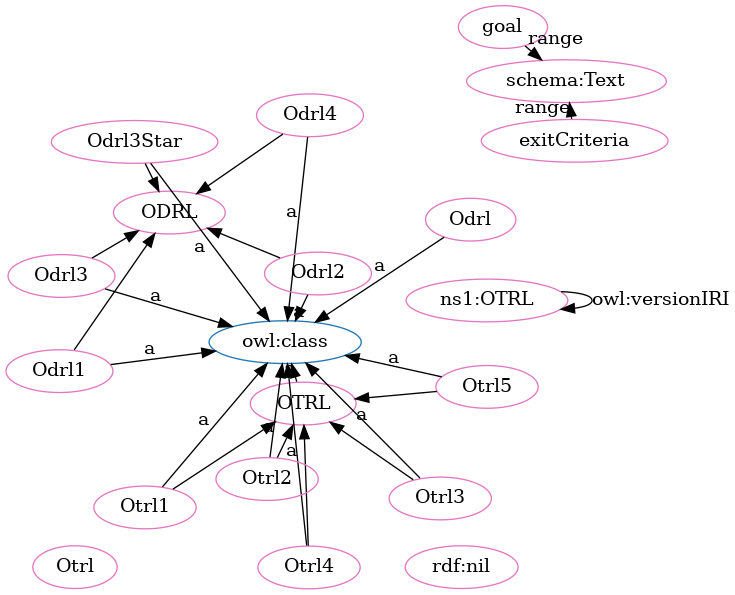
This is OTRL-clean.png from OPEN-NEXT/OKH-LOSH, a Graphviz export, as it was before one commit. Its source is kept beside it as OTRL-clean.dot.
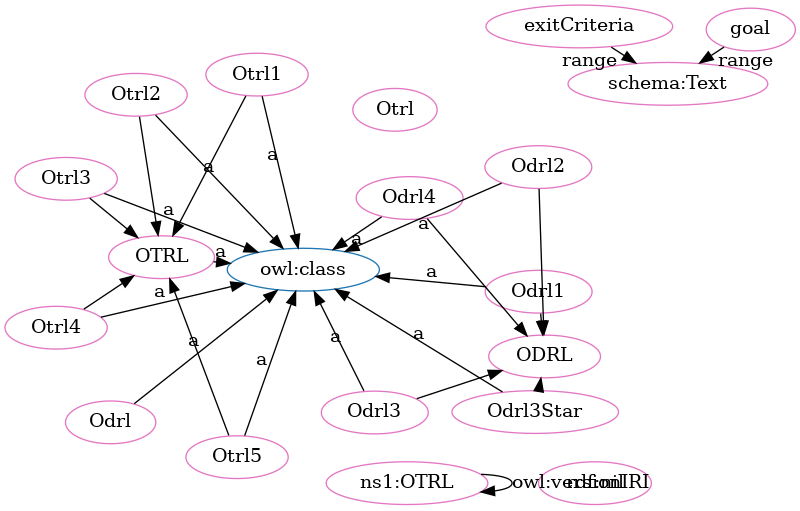
The same diagram one commit later.

What changed in the source:
```diff
@@ -4,48 +4,48 @@
 "http://www.w3.org/2002/07/owl#class" [fillcolor="#1f77b4" color="#1f77b4" label="owl:class"]
 "http://purl.org/oseg/ontologies/OTRL#ODRL" [fillcolor="#1f77b4" color="#1f77b4" label="ODRL"]
 "http://purl.org/oseg/ontologies/OTRL#OTRL" [fillcolor="#1f77b4" color="#1f77b4" label="OTRL"]
+"http://purl.org/oseg/ontologies/OTRL#Odrl" [fillcolor="#e377c2" color="#e377c2" label="Odrl"]
+"http://www.w3.org/1999/02/22-rdf-syntax-ns#nil" [fillcolor="#e377c2" color="#e377c2" label="rdf:nil"]
 "http://purl.org/oseg/ontologies/OTRL#ODRL" [fillcolor="#e377c2" color="#e377c2" label="ODRL"]
-"http://purl.org/oseg/ontologies/OTRL#Odrl3Star" [fillcolor="#e377c2" color="#e377c2" label="Odrl3Star"]
-"http://purl.org/oseg/ontologies/OTRL#Odrl" [fillcolor="#e377c2" color="#e377c2" label="Odrl"]
-"http://purl.org/oseg/ontologies/OTRL#Odrl3" [fillcolor="#e377c2" color="#e377c2" label="Odrl3"]
-"http://www.w3.org/1999/02/22-rdf-syntax-ns#nil" [fillcolor="#e377c2" color="#e377c2" label="rdf:nil"]
-"http://purl.org/oseg/ontologies/OTRL#Otrl4" [fillcolor="#e377c2" color="#e377c2" label="Otrl4"]
+"http://purl.org/oseg/ontologies/OTRL#Odrl1" [fillcolor="#e377c2" color="#e377c2" label="Odrl1"]
+"http://purl.org/oseg/ontologies/OTRL#Otrl3" [fillcolor="#e377c2" color="#e377c2" label="Otrl3"]
+"http://purl.org/oseg/ontologies/OTRL#OTRL" [fillcolor="#e377c2" color="#e377c2" label="OTRL"]
+"http://purl.org/oseg/ontologies/OTRL#exitCriteria" [fillcolor="#e377c2" color="#e377c2" label="exitCriteria"]
 "http://purl.org/oseg/ontologies/OTRL#Odrl4" [fillcolor="#e377c2" color="#e377c2" label="Odrl4"]
-"http://purl.org/oseg/ontologies/OTRL#Odrl1" [fillcolor="#e377c2" color="#e377c2" label="Odrl1"]
-"http://purl.org/oseg/ontologies/OTRL" [fillcolor="#e377c2" color="#e377c2" label="ns1:OTRL"]
-"http://purl.org/oseg/ontologies/OTRL#Otrl" [fillcolor="#e377c2" color="#e377c2" label="Otrl"]
-"http://purl.org/oseg/ontologies/OTRL#OTRL" [fillcolor="#e377c2" color="#e377c2" label="OTRL"]
 "http://purl.org/oseg/ontologies/OTRL#goal" [fillcolor="#e377c2" color="#e377c2" label="goal"]
 "http://schema.org/Text" [fillcolor="#e377c2" color="#e377c2" label="schema:Text"]
-"http://purl.org/oseg/ontologies/OTRL#exitCriteria" [fillcolor="#e377c2" color="#e377c2" label="exitCriteria"]
+"http://purl.org/oseg/ontologies/OTRL#Odrl3Star" [fillcolor="#e377c2" color="#e377c2" label="Odrl3Star"]
+"http://purl.org/oseg/ontologies/OTRL#Odrl3" [fillcolor="#e377c2" color="#e377c2" label="Odrl3"]
+"http://purl.org/oseg/ontologies/OTRL#Otrl" [fillcolor="#e377c2" color="#e377c2" label="Otrl"]
+"http://purl.org/oseg/ontologies/OTRL#Otrl5" [fillcolor="#e377c2" color="#e377c2" label="Otrl5"]
+"http://purl.org/oseg/ontologies/OTRL" [fillcolor="#e377c2" color="#e377c2" label="ns1:OTRL"]
 "http://purl.org/oseg/ontologies/OTRL#Otrl2" [fillcolor="#e377c2" color="#e377c2" label="Otrl2"]
-"http://purl.org/oseg/ontologies/OTRL#Otrl3" [fillcolor="#e377c2" color="#e377c2" label="Otrl3"]
+"http://purl.org/oseg/ontologies/OTRL#Otrl4" [fillcolor="#e377c2" color="#e377c2" label="Otrl4"]
 "http://purl.org/oseg/ontologies/OTRL#Otrl1" [fillcolor="#e377c2" color="#e377c2" label="Otrl1"]
-"http://purl.org/oseg/ontologies/OTRL#Otrl5" [fillcolor="#e377c2" color="#e377c2" label="Otrl5"]
 "http://purl.org/oseg/ontologies/OTRL#Odrl2" [fillcolor="#e377c2" color="#e377c2" label="Odrl2"]
-  "http://purl.org/oseg/ontologies/OTRL#Otrl4" -> "http://www.w3.org/2002/07/owl#class" [label="a"]
-  "http://purl.org/oseg/ontologies/OTRL" -> "http://purl.org/oseg/ontologies/OTRL" [label="owl:versionIRI"]
-  "http://purl.org/oseg/ontologies/OTRL#Otrl5" -> "http://purl.org/oseg/ontologies/OTRL#OTRL" [label=""]
-  "http://purl.org/oseg/ontologies/OTRL#goal" -> "http://schema.org/Text" [label="range"]
-  "http://purl.org/oseg/ontologies/OTRL#Odrl3Star" -> "http://purl.org/oseg/ontologies/OTRL#ODRL" [label=""]
-  "http://purl.org/oseg/ontologies/OTRL#Otrl2" -> "http://www.w3.org/2002/07/owl#class" [label="a"]
-  "http://purl.org/oseg/ontologies/OTRL#Odrl1" -> "http://purl.org/oseg/ontologies/OTRL#ODRL" [label=""]
-  "http://purl.org/oseg/ontologies/OTRL#Odrl3" -> "http://purl.org/oseg/ontologies/OTRL#ODRL" [label=""]
+  "http://purl.org/oseg/ontologies/OTRL#Odrl1" -> "http://www.w3.org/2002/07/owl#class" [label="a"]
+  "http://purl.org/oseg/ontologies/OTRL#Odrl4" -> "http://www.w3.org/2002/07/owl#class" [label="a"]
+  "http://purl.org/oseg/ontologies/OTRL#Odrl3Star" -> "http://www.w3.org/2002/07/owl#class" [label="a"]
   "http://purl.org/oseg/ontologies/OTRL#OTRL" -> "http://www.w3.org/2002/07/owl#class" [label="a"]
-  "http://purl.org/oseg/ontologies/OTRL#Otrl2" -> "http://purl.org/oseg/ontologies/OTRL#OTRL" [label=""]
   "http://purl.org/oseg/ontologies/OTRL#Odrl4" -> "http://purl.org/oseg/ontologies/OTRL#ODRL" [label=""]
-  "http://purl.org/oseg/ontologies/OTRL#Otrl1" -> "http://www.w3.org/2002/07/owl#class" [label="a"]
   "http://purl.org/oseg/ontologies/OTRL#Otrl5" -> "http://www.w3.org/2002/07/owl#class" [label="a"]
   "http://purl.org/oseg/ontologies/OTRL#Otrl1" -> "http://purl.org/oseg/ontologies/OTRL#OTRL" [label=""]
+  "http://purl.org/oseg/ontologies/OTRL#Otrl2" -> "http://www.w3.org/2002/07/owl#class" [label="a"]
+  "http://purl.org/oseg/ontologies/OTRL#Otrl4" -> "http://www.w3.org/2002/07/owl#class" [label="a"]
+  "http://purl.org/oseg/ontologies/OTRL#Odrl1" -> "http://purl.org/oseg/ontologies/OTRL#ODRL" [label=""]
+  "http://purl.org/oseg/ontologies/OTRL#Otrl3" -> "http://www.w3.org/2002/07/owl#class" [label="a"]
+  "http://purl.org/oseg/ontologies/OTRL#Otrl5" -> "http://purl.org/oseg/ontologies/OTRL#OTRL" [label=""]
+  "http://purl.org/oseg/ontologies/OTRL#Otrl2" -> "http://purl.org/oseg/ontologies/OTRL#OTRL" [label=""]
+  "http://purl.org/oseg/ontologies/OTRL#Odrl" -> "http://www.w3.org/2002/07/owl#class" [label="a"]
+  "http://purl.org/oseg/ontologies/OTRL#Odrl2" -> "http://purl.org/oseg/ontologies/OTRL#ODRL" [label=""]
+  "http://purl.org/oseg/ontologies/OTRL#exitCriteria" -> "http://schema.org/Text" [label="range"]
+  "http://purl.org/oseg/ontologies/OTRL#Odrl3Star" -> "http://purl.org/oseg/ontologies/OTRL#ODRL" [label=""]
+  "http://purl.org/oseg/ontologies/OTRL#Otrl4" -> "http://purl.org/oseg/ontologies/OTRL#OTRL" [label=""]
+  "http://purl.org/oseg/ontologies/OTRL#Odrl3" -> "http://www.w3.org/2002/07/owl#class" [label="a"]
+  "http://purl.org/oseg/ontologies/OTRL" -> "http://purl.org/oseg/ontologies/OTRL" [label="owl:versionIRI"]
+  "http://purl.org/oseg/ontologies/OTRL#Otrl3" -> "http://purl.org/oseg/ontologies/OTRL#OTRL" [label=""]
+  "http://purl.org/oseg/ontologies/OTRL#Odrl3" -> "http://purl.org/oseg/ontologies/OTRL#ODRL" [label=""]
+  "http://purl.org/oseg/ontologies/OTRL#Otrl1" -> "http://www.w3.org/2002/07/owl#class" [label="a"]
+  "http://purl.org/oseg/ontologies/OTRL#goal" -> "http://schema.org/Text" [label="range"]
   "http://purl.org/oseg/ontologies/OTRL#Odrl2" -> "http://www.w3.org/2002/07/owl#class" [label="a"]
-  "http://purl.org/oseg/ontologies/OTRL#Odrl2" -> "http://purl.org/oseg/ontologies/OTRL#ODRL" [label=""]
-  "http://purl.org/oseg/ontologies/OTRL#Odrl3Star" -> "http://www.w3.org/2002/07/owl#class" [label="a"]
-  "http://purl.org/oseg/ontologies/OTRL#Odrl3" -> "http://www.w3.org/2002/07/owl#class" [label="a"]
-  "http://purl.org/oseg/ontologies/OTRL#Odrl4" -> "http://www.w3.org/2002/07/owl#class" [label="a"]
-  "http://purl.org/oseg/ontologies/OTRL#Odrl1" -> "http://www.w3.org/2002/07/owl#class" [label="a"]
-  "http://purl.org/oseg/ontologies/OTRL#Otrl4" -> "http://purl.org/oseg/ontologies/OTRL#OTRL" [label=""]
-  "http://purl.org/oseg/ontologies/OTRL#exitCriteria" -> "http://schema.org/Text" [label="range"]
-  "http://purl.org/oseg/ontologies/OTRL#Otrl3" -> "http://www.w3.org/2002/07/owl#class" [label="a"]
-  "http://purl.org/oseg/ontologies/OTRL#Odrl" -> "http://www.w3.org/2002/07/owl#class" [label="a"]
-  "http://purl.org/oseg/ontologies/OTRL#Otrl3" -> "http://purl.org/oseg/ontologies/OTRL#OTRL" [label=""]
 }
```
